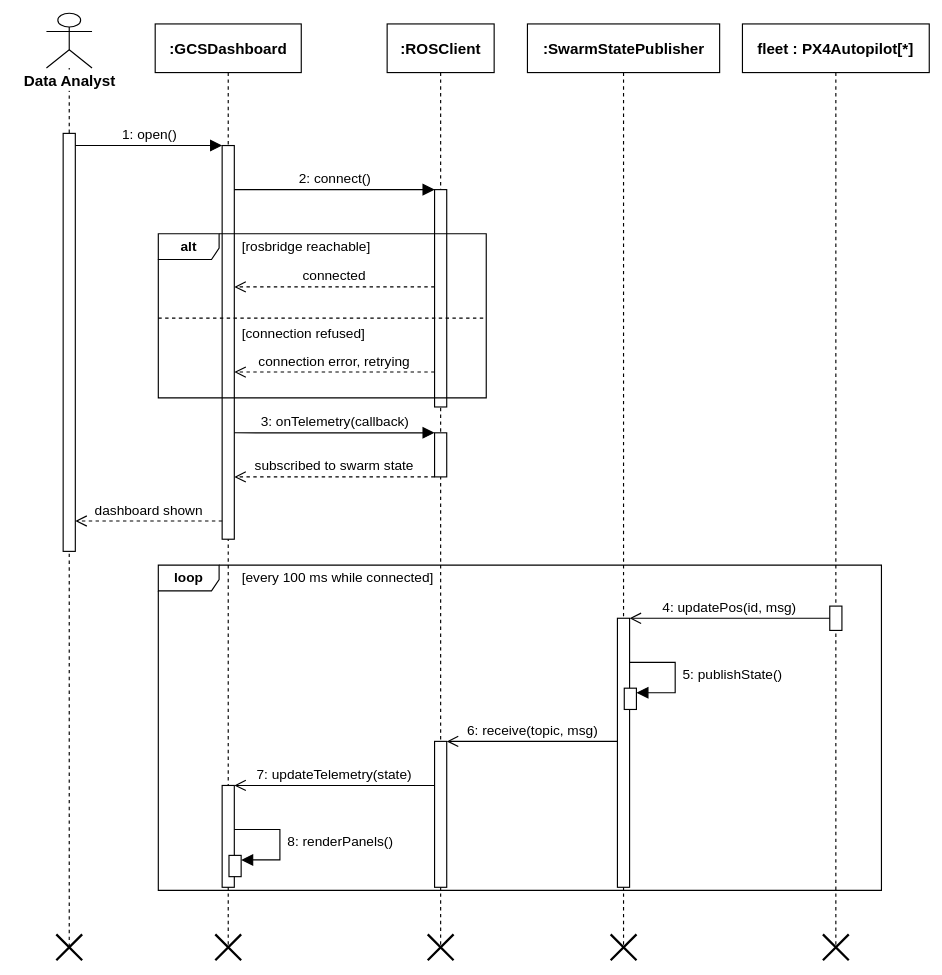
This is 10_sequence_telemetry.drawio from syedmohammad611/diagrams, a draw.io file, before an edit. Source tidied: cells renumbered, new cells numbered last; positions are measured from the earlier drawing's top-left corner, leaving out a move shared by most shapes. Both pictures are drawn from the tidied source at 76%, with x=0, y=0 at pixel (13, 13).
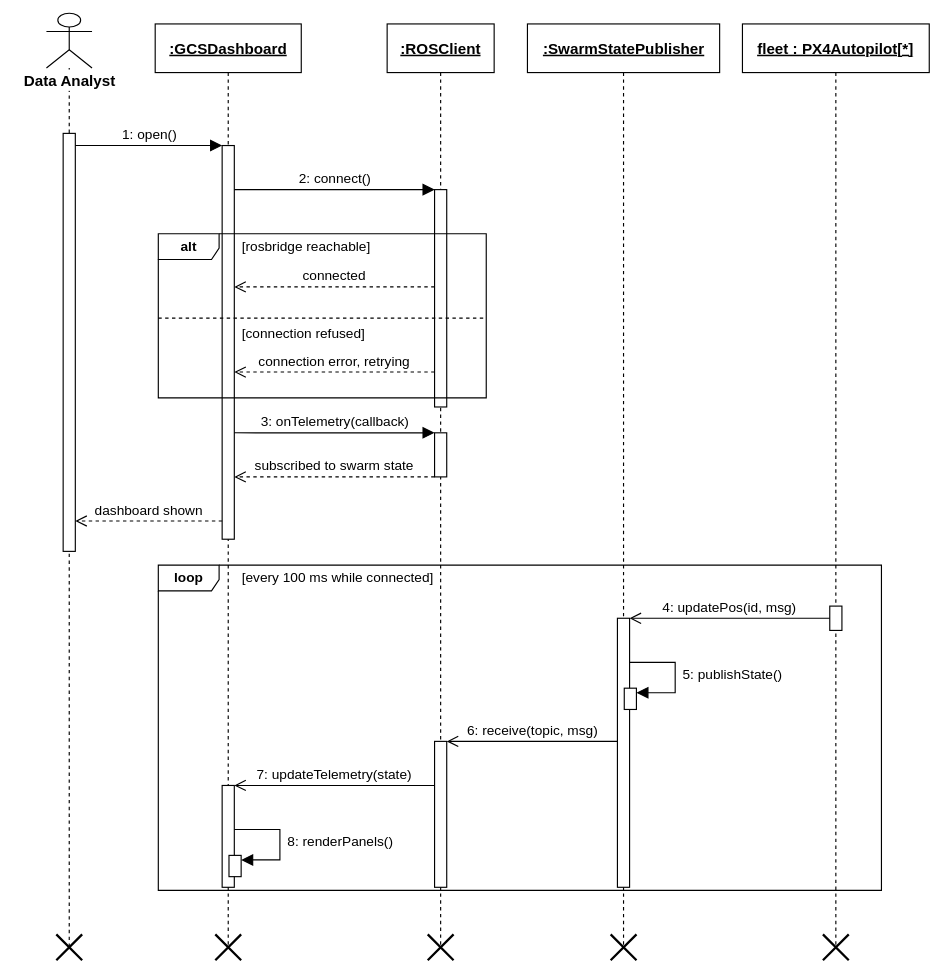
The same diagram, later.

Diff of the diagram source:
```diff
@@
-    <mxCell id="5" value=":GCSDashboard" style="shape=umlLifeline;perimeter=lifelinePerimeter;whiteSpace=wrap;html=1;newEdgeStyle={&quot;edgeStyle&quot;:&quot;elbowEdgeStyle&quot;,&quot;elbow&quot;:&quot;vertical&quot;,&quot;curved&quot;:0,&quot;rounded&quot;:0};fillColor=none;strokeColor=#000000;strokeWidth=1.5;fontFamily=Helvetica;fontColor=#000000;fontSize=20;fontStyle=1;size=64;" parent="1" vertex="1">
+    <mxCell id="5" value=":GCSDashboard" style="shape=umlLifeline;perimeter=lifelinePerimeter;whiteSpace=wrap;html=1;newEdgeStyle={&quot;edgeStyle&quot;:&quot;elbowEdgeStyle&quot;,&quot;elbow&quot;:&quot;vertical&quot;,&quot;curved&quot;:0,&quot;rounded&quot;:0};fillColor=none;strokeColor=#000000;strokeWidth=1.5;fontFamily=Helvetica;fontColor=#000000;fontSize=20;fontStyle=5;size=64;" parent="1" vertex="1">
       <mxGeometry x="186.7" y="14" width="192.2" height="1216" as="geometry" />
     </mxCell>
@@
-    <mxCell id="9" value=":ROSClient" style="shape=umlLifeline;perimeter=lifelinePerimeter;whiteSpace=wrap;html=1;newEdgeStyle={&quot;edgeStyle&quot;:&quot;elbowEdgeStyle&quot;,&quot;elbow&quot;:&quot;vertical&quot;,&quot;curved&quot;:0,&quot;rounded&quot;:0};fillColor=none;strokeColor=#000000;strokeWidth=1.5;fontFamily=Helvetica;fontColor=#000000;fontSize=20;fontStyle=1;size=64;" parent="1" vertex="1">
+    <mxCell id="9" value=":ROSClient" style="shape=umlLifeline;perimeter=lifelinePerimeter;whiteSpace=wrap;html=1;newEdgeStyle={&quot;edgeStyle&quot;:&quot;elbowEdgeStyle&quot;,&quot;elbow&quot;:&quot;vertical&quot;,&quot;curved&quot;:0,&quot;rounded&quot;:0};fillColor=none;strokeColor=#000000;strokeWidth=1.5;fontFamily=Helvetica;fontColor=#000000;fontSize=20;fontStyle=5;size=64;" parent="1" vertex="1">
       <mxGeometry x="491.9" y="14" width="140.8" height="1216" as="geometry" />
     </mxCell>
@@
-    <mxCell id="13" value=":SwarmStatePublisher" style="shape=umlLifeline;perimeter=lifelinePerimeter;whiteSpace=wrap;html=1;newEdgeStyle={&quot;edgeStyle&quot;:&quot;elbowEdgeStyle&quot;,&quot;elbow&quot;:&quot;vertical&quot;,&quot;curved&quot;:0,&quot;rounded&quot;:0};fillColor=none;strokeColor=#000000;strokeWidth=1.5;fontFamily=Helvetica;fontColor=#000000;fontSize=20;fontStyle=1;size=64;" parent="1" vertex="1">
+    <mxCell id="13" value=":SwarmStatePublisher" style="shape=umlLifeline;perimeter=lifelinePerimeter;whiteSpace=wrap;html=1;newEdgeStyle={&quot;edgeStyle&quot;:&quot;elbowEdgeStyle&quot;,&quot;elbow&quot;:&quot;vertical&quot;,&quot;curved&quot;:0,&quot;rounded&quot;:0};fillColor=none;strokeColor=#000000;strokeWidth=1.5;fontFamily=Helvetica;fontColor=#000000;fontSize=20;fontStyle=5;size=64;" parent="1" vertex="1">
       <mxGeometry x="676.5" y="14" width="252.9" height="1216" as="geometry" />
     </mxCell>
@@
-    <mxCell id="16" value="fleet : PX4Autopilot[*]" style="shape=umlLifeline;perimeter=lifelinePerimeter;whiteSpace=wrap;html=1;newEdgeStyle={&quot;edgeStyle&quot;:&quot;elbowEdgeStyle&quot;,&quot;elbow&quot;:&quot;vertical&quot;,&quot;curved&quot;:0,&quot;rounded&quot;:0};fillColor=none;strokeColor=#000000;strokeWidth=1.5;fontFamily=Helvetica;fontColor=#000000;fontSize=20;fontStyle=1;size=64;" parent="1" vertex="1">
+    <mxCell id="16" value="fleet : PX4Autopilot[*]" style="shape=umlLifeline;perimeter=lifelinePerimeter;whiteSpace=wrap;html=1;newEdgeStyle={&quot;edgeStyle&quot;:&quot;elbowEdgeStyle&quot;,&quot;elbow&quot;:&quot;vertical&quot;,&quot;curved&quot;:0,&quot;rounded&quot;:0};fillColor=none;strokeColor=#000000;strokeWidth=1.5;fontFamily=Helvetica;fontColor=#000000;fontSize=20;fontStyle=5;size=64;" parent="1" vertex="1">
       <mxGeometry x="959.4" y="14" width="245.8" height="1216" as="geometry" />
     </mxCell>
```
